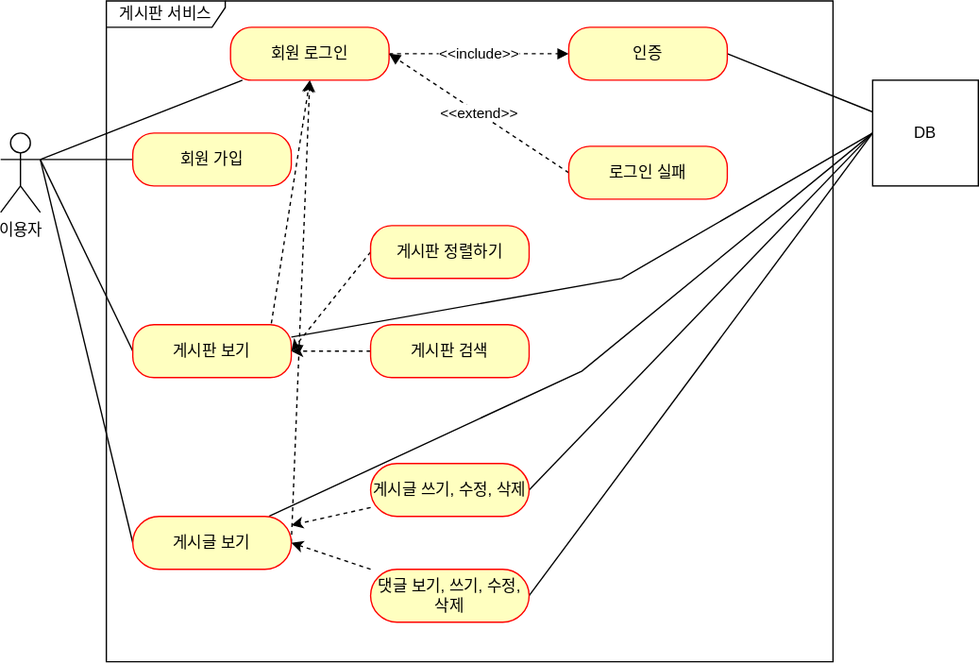
Earlier version of the draw.io export board/document/use-case.svg (zeesouth/board). Source tidied: cells renumbered, new cells last; positions are measured from the earlier drawing's top-left corner, leaving out a move shared by most shapes.
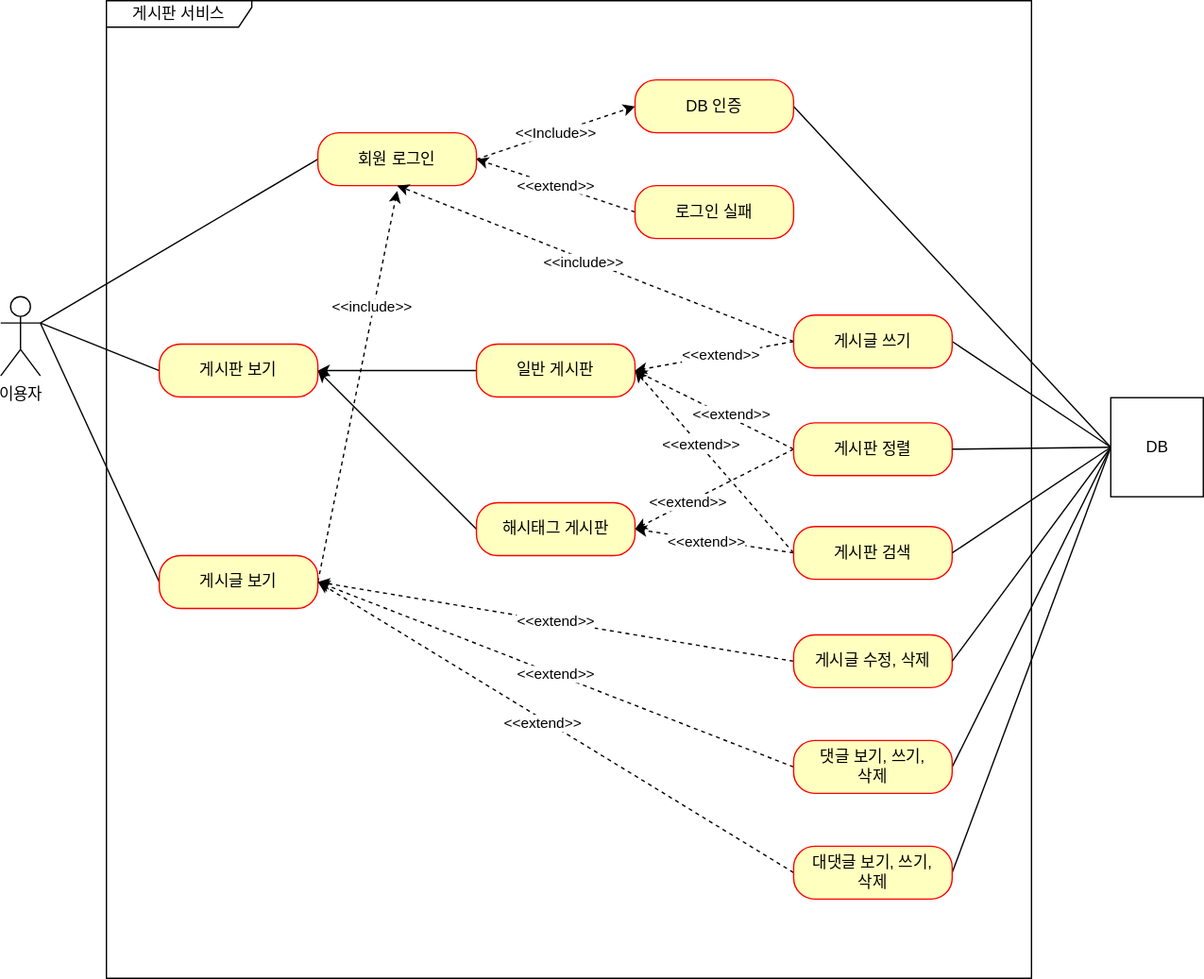
The same diagram one commit later.

Commit message:
#60 - use-case.svg: 현재 서비스 상황에 맞춰 업데이트

What changed in the source:
```diff
@@ -3,106 +3,164 @@
     <mxCell id="0" />
     <mxCell id="1" parent="0" />
     <mxCell id="2" value="이용자" style="shape=umlActor;verticalLabelPosition=bottom;verticalAlign=top;html=1;" parent="1" vertex="1">
-      <mxGeometry y="100" width="30" height="60" as="geometry" />
+      <mxGeometry x="850" y="374" width="30" height="60" as="geometry" />
     </mxCell>
-    <mxCell id="3" value="게시판 서비스" style="shape=umlFrame;whiteSpace=wrap;html=1;width=90;height=20;" parent="1" vertex="1">
-      <mxGeometry x="80" width="550" height="500" as="geometry" />
+    <mxCell id="3" value="게시판 서비스" style="shape=umlFrame;whiteSpace=wrap;html=1;width=110;height=20;" parent="1" vertex="1">
+      <mxGeometry x="930" y="150" width="700" height="740" as="geometry" />
     </mxCell>
-    <mxCell id="4" style="rounded=0;jettySize=auto;html=1;entryX=1;entryY=0.3333333333333333;entryDx=0;entryDy=0;entryPerimeter=0;endArrow=none;endFill=0;" parent="1" edge="1" source="5" target="2">
-      <mxGeometry relative="1" as="geometry" />
-    </mxCell>
-    <mxCell id="5" value="회원 가입" style="rounded=1;whiteSpace=wrap;html=1;arcSize=40;fontColor=#000000;fillColor=#ffffc0;strokeColor=#ff0000;" parent="1" vertex="1">
-      <mxGeometry x="100" y="100" width="120" height="40" as="geometry" />
-    </mxCell>
-    <mxCell id="6" style="rounded=0;jettySize=auto;html=1;endArrow=none;endFill=0;exitX=0;exitY=0.5;exitDx=0;exitDy=0;" parent="1" edge="1" source="9">
-      <mxGeometry relative="1" as="geometry">
-        <mxPoint x="30" y="120" as="targetPoint" />
-      </mxGeometry>
-    </mxCell>
-    <mxCell id="7" style="rounded=0;jettySize=auto;html=1;exitX=0.874;exitY=-0.025;exitDx=0;exitDy=0;dashed=1;exitPerimeter=0;entryX=0.5;entryY=1;entryDx=0;entryDy=0;" parent="1" edge="1" source="9" target="16">
-      <mxGeometry relative="1" as="geometry" />
-    </mxCell>
-    <mxCell id="8" style="rounded=0;jettySize=auto;html=1;entryX=0;entryY=0.5;entryDx=0;entryDy=0;endArrow=none;endFill=0;" parent="1" edge="1" source="9" target="31">
-      <mxGeometry relative="1" as="geometry">
-        <Array as="points">
-          <mxPoint x="470" y="210" />
-        </Array>
-      </mxGeometry>
-    </mxCell>
+    <mxCell id="32" style="rounded=0;jettySize=auto;html=1;exitX=0;exitY=0.5;exitDx=0;exitDy=0;entryX=1;entryY=0.5;entryDx=0;entryDy=0;" parent="1" edge="1" source="33" target="9">
+      <mxGeometry relative="1" as="geometry" />
+    </mxCell>
+    <mxCell id="33" value="일반 게시판" style="rounded=1;whiteSpace=wrap;html=1;arcSize=40;fontColor=#000000;fillColor=#ffffc0;strokeColor=#ff0000;" parent="1" vertex="1">
+      <mxGeometry x="1210" y="410" width="120" height="40" as="geometry" />
+    </mxCell>
+    <mxCell id="34" style="edgeStyle=none;rounded=0;jettySize=auto;html=1;exitX=0;exitY=0.5;exitDx=0;exitDy=0;entryX=1;entryY=0.3333333333333333;entryDx=0;entryDy=0;entryPerimeter=0;endArrow=none;endFill=0;" parent="1" edge="1" source="9" target="2">
+      <mxGeometry relative="1" as="geometry" />
+    </mxCell>
     <mxCell id="9" value="게시판 보기" style="rounded=1;whiteSpace=wrap;html=1;arcSize=40;fontColor=#000000;fillColor=#ffffc0;strokeColor=#ff0000;" parent="1" vertex="1">
-      <mxGeometry x="100" y="245" width="120" height="40" as="geometry" />
+      <mxGeometry x="970" y="410" width="120" height="40" as="geometry" />
     </mxCell>
-    <mxCell id="10" style="rounded=0;jettySize=auto;html=1;endArrow=none;endFill=0;exitX=0;exitY=0.5;exitDx=0;exitDy=0;" parent="1" edge="1" source="13">
-      <mxGeometry relative="1" as="geometry">
-        <mxPoint x="30" y="120" as="targetPoint" />
-      </mxGeometry>
-    </mxCell>
-    <mxCell id="11" style="rounded=0;jettySize=auto;html=1;entryX=0.5;entryY=1;entryDx=0;entryDy=0;exitX=1;exitY=0.5;exitDx=0;exitDy=0;dashed=1;" parent="1" edge="1" source="13" target="16">
-      <mxGeometry relative="1" as="geometry" />
-    </mxCell>
-    <mxCell id="12" style="rounded=0;jettySize=auto;html=1;entryX=0;entryY=0.5;entryDx=0;entryDy=0;endArrow=none;endFill=0;" parent="1" edge="1" source="13" target="31">
-      <mxGeometry relative="1" as="geometry">
-        <Array as="points">
-          <mxPoint x="440" y="280" />
-        </Array>
-      </mxGeometry>
-    </mxCell>
+    <mxCell id="35" style="edgeStyle=none;rounded=0;jettySize=auto;html=1;exitX=0;exitY=0.5;exitDx=0;exitDy=0;endArrow=none;endFill=0;" parent="1" edge="1" source="13">
+      <mxGeometry relative="1" as="geometry">
+        <mxPoint x="880" y="394" as="targetPoint" />
+      </mxGeometry>
+    </mxCell>
+    <mxCell id="36" style="edgeStyle=none;rounded=0;jettySize=auto;html=1;exitX=1;exitY=0.5;exitDx=0;exitDy=0;dashed=1;endArrow=classic;endFill=1;" parent="1" edge="1" source="13">
+      <mxGeometry relative="1" as="geometry">
+        <mxPoint x="1150" y="294" as="targetPoint" />
+      </mxGeometry>
+    </mxCell>
+    <mxCell id="37" value="&amp;lt;&amp;lt;include&amp;gt;&amp;gt;" style="edgeLabel;html=1;align=center;verticalAlign=middle;" parent="36" vertex="1">
+      <mxGeometry x="0.41" y="2" relative="1" as="geometry" />
+    </mxCell>
-    <mxCell id="13" value="게시글 보기" style="rounded=1;whiteSpace=wrap;html=1;arcSize=50;fontColor=#000000;fillColor=#ffffc0;strokeColor=#ff0000;" parent="1" vertex="1">
-      <mxGeometry x="100" y="390" width="120" height="40" as="geometry" />
+    <mxCell id="13" value="게시글 보기" style="rounded=1;whiteSpace=wrap;html=1;arcSize=40;fontColor=#000000;fillColor=#ffffc0;strokeColor=#ff0000;" parent="1" vertex="1">
+      <mxGeometry x="970" y="570" width="120" height="40" as="geometry" />
     </mxCell>
-    <mxCell id="14" style="rounded=0;jettySize=auto;html=1;entryX=1;entryY=0.3333333333333333;entryDx=0;entryDy=0;entryPerimeter=0;endArrow=none;endFill=0;" parent="1" edge="1" source="16" target="2">
-      <mxGeometry relative="1" as="geometry" />
-    </mxCell>
-    <mxCell id="15" value="&amp;lt;&amp;lt;include&amp;gt;&amp;gt;" style="edgeStyle=orthogonalEdgeStyle;rounded=0;jettySize=auto;html=1;endArrow=block;endFill=1;dashed=1;" parent="1" edge="1" source="16" target="18">
-      <mxGeometry relative="1" as="geometry" />
-    </mxCell>
+    <mxCell id="38" style="edgeStyle=none;rounded=0;jettySize=auto;html=1;exitX=0;exitY=0.5;exitDx=0;exitDy=0;endArrow=none;endFill=0;" parent="1" edge="1" source="16">
+      <mxGeometry relative="1" as="geometry">
+        <mxPoint x="880" y="394" as="targetPoint" />
+      </mxGeometry>
+    </mxCell>
+    <mxCell id="39" value="&amp;lt;&amp;lt;Include&amp;gt;&amp;gt;" style="rounded=0;jettySize=auto;html=1;exitX=1;exitY=0.5;exitDx=0;exitDy=0;entryX=0;entryY=0.5;entryDx=0;entryDy=0;dashed=1;" parent="1" edge="1" source="16" target="41">
+      <mxGeometry relative="1" as="geometry" />
+    </mxCell>
     <mxCell id="16" value="회원 로그인" style="rounded=1;whiteSpace=wrap;html=1;arcSize=40;fontColor=#000000;fillColor=#ffffc0;strokeColor=#ff0000;" parent="1" vertex="1">
-      <mxGeometry x="174" y="20" width="120" height="40" as="geometry" />
+      <mxGeometry x="1090" y="250" width="120" height="40" as="geometry" />
     </mxCell>
-    <mxCell id="17" style="rounded=0;jettySize=auto;html=1;exitX=1;exitY=0.5;exitDx=0;exitDy=0;endArrow=none;endFill=0;" parent="1" edge="1" source="18" target="31">
-      <mxGeometry relative="1" as="geometry" />
-    </mxCell>
-    <mxCell id="18" value="인증" style="rounded=1;whiteSpace=wrap;html=1;arcSize=40;fontColor=#000000;fillColor=#ffffc0;strokeColor=#ff0000;" parent="1" vertex="1">
-      <mxGeometry x="430" y="20" width="120" height="40" as="geometry" />
-    </mxCell>
+    <mxCell id="40" style="edgeStyle=none;rounded=0;jettySize=auto;html=1;exitX=1;exitY=0.5;exitDx=0;exitDy=0;entryX=0;entryY=0.5;entryDx=0;entryDy=0;endArrow=none;endFill=0;" parent="1" edge="1" source="41" target="31">
+      <mxGeometry relative="1" as="geometry" />
+    </mxCell>
+    <mxCell id="41" value="DB 인증" style="rounded=1;whiteSpace=wrap;html=1;arcSize=40;fontColor=#000000;fillColor=#ffffc0;strokeColor=#ff0000;" parent="1" vertex="1">
+      <mxGeometry x="1330" y="210" width="120" height="40" as="geometry" />
+    </mxCell>
-    <mxCell id="19" value="&amp;lt;&amp;lt;extend&amp;gt;&amp;gt;" style="rounded=0;jettySize=auto;html=1;entryX=1;entryY=0.5;entryDx=0;entryDy=0;exitX=0;exitY=0.5;exitDx=0;exitDy=0;endArrow=block;endFill=1;dashed=1;startArrow=none;startFill=0;" parent="1" edge="1" source="20" target="16">
+    <mxCell id="19" value="&amp;lt;&amp;lt;extend&amp;gt;&amp;gt;" style="edgeStyle=none;rounded=0;jettySize=auto;html=1;exitX=0;exitY=0.5;exitDx=0;exitDy=0;entryX=1;entryY=0.5;entryDx=0;entryDy=0;endArrow=classic;endFill=1;dashed=1;" parent="1" edge="1" source="20" target="16">
       <mxGeometry relative="1" as="geometry" />
     </mxCell>
     <mxCell id="20" value="로그인 실패" style="rounded=1;whiteSpace=wrap;html=1;arcSize=40;fontColor=#000000;fillColor=#ffffc0;strokeColor=#ff0000;" parent="1" vertex="1">
-      <mxGeometry x="430" y="110" width="120" height="40" as="geometry" />
+      <mxGeometry x="1330" y="290" width="120" height="40" as="geometry" />
     </mxCell>
-    <mxCell id="21" style="rounded=0;jettySize=auto;html=1;entryX=1;entryY=0.5;entryDx=0;entryDy=0;dashed=1;exitX=0;exitY=0.5;exitDx=0;exitDy=0;" parent="1" edge="1" source="22" target="9">
-      <mxGeometry relative="1" as="geometry" />
-    </mxCell>
-    <mxCell id="22" value="게시판 정렬하기" style="rounded=1;whiteSpace=wrap;html=1;arcSize=40;fontColor=#000000;fillColor=#ffffc0;strokeColor=#ff0000;" parent="1" vertex="1">
-      <mxGeometry x="280" y="170" width="120" height="40" as="geometry" />
-    </mxCell>
-    <mxCell id="23" style="rounded=0;jettySize=auto;html=1;entryX=1;entryY=0.5;entryDx=0;entryDy=0;dashed=1;" parent="1" edge="1" source="24" target="9">
-      <mxGeometry relative="1" as="geometry" />
-    </mxCell>
+    <mxCell id="42" style="edgeStyle=none;rounded=0;jettySize=auto;html=1;exitX=0;exitY=0.5;exitDx=0;exitDy=0;entryX=1;entryY=0.5;entryDx=0;entryDy=0;dashed=1;endArrow=classic;endFill=1;" parent="1" edge="1" source="46" target="33">
+      <mxGeometry relative="1" as="geometry" />
+    </mxCell>
+    <mxCell id="43" value="&amp;lt;&amp;lt;extend&amp;gt;&amp;gt;" style="edgeLabel;html=1;align=center;verticalAlign=middle;" parent="42" vertex="1">
+      <mxGeometry x="-0.18" y="-3" relative="1" as="geometry" />
+    </mxCell>
+    <mxCell id="44" style="edgeStyle=none;rounded=0;jettySize=auto;html=1;exitX=0;exitY=0.5;exitDx=0;exitDy=0;entryX=1;entryY=0.5;entryDx=0;entryDy=0;dashed=1;" parent="1" edge="1" source="46" target="62">
+      <mxGeometry relative="1" as="geometry" />
+    </mxCell>
+    <mxCell id="45" value="&amp;lt;&amp;lt;extend&amp;gt;&amp;gt;" style="edgeLabel;html=1;align=center;verticalAlign=middle;" parent="44" vertex="1">
+      <mxGeometry x="0.33" relative="1" as="geometry">
+        <mxPoint x="-1" as="offset" />
+      </mxGeometry>
+    </mxCell>
+    <mxCell id="46" value="게시판 정렬" style="rounded=1;whiteSpace=wrap;html=1;arcSize=40;fontColor=#000000;fillColor=#ffffc0;strokeColor=#ff0000;" parent="1" vertex="1">
+      <mxGeometry x="1450" y="469.5" width="120" height="40" as="geometry" />
+    </mxCell>
+    <mxCell id="47" style="edgeStyle=none;rounded=0;jettySize=auto;html=1;exitX=0;exitY=0.5;exitDx=0;exitDy=0;dashed=1;endArrow=classic;endFill=1;entryX=1;entryY=0.5;entryDx=0;entryDy=0;" parent="1" edge="1" source="24" target="33">
+      <mxGeometry relative="1" as="geometry" />
+    </mxCell>
+    <mxCell id="48" value="&amp;lt;&amp;lt;extend&amp;gt;&amp;gt;" style="edgeLabel;html=1;align=center;verticalAlign=middle;" parent="47" vertex="1">
+      <mxGeometry x="0.18" y="-1" relative="1" as="geometry" />
+    </mxCell>
+    <mxCell id="49" style="edgeStyle=none;rounded=0;jettySize=auto;html=1;exitX=0;exitY=0.5;exitDx=0;exitDy=0;entryX=1;entryY=0.5;entryDx=0;entryDy=0;dashed=1;" parent="1" edge="1" source="24" target="62">
+      <mxGeometry relative="1" as="geometry" />
+    </mxCell>
+    <mxCell id="50" value="&amp;lt;&amp;lt;extend&amp;gt;&amp;gt;" style="edgeLabel;html=1;align=center;verticalAlign=middle;" parent="49" vertex="1">
+      <mxGeometry x="0.11" y="2" relative="1" as="geometry">
+        <mxPoint x="1" as="offset" />
+      </mxGeometry>
+    </mxCell>
     <mxCell id="24" value="게시판 검색" style="rounded=1;whiteSpace=wrap;html=1;arcSize=40;fontColor=#000000;fillColor=#ffffc0;strokeColor=#ff0000;" parent="1" vertex="1">
-      <mxGeometry x="280" y="245" width="120" height="40" as="geometry" />
+      <mxGeometry x="1450" y="548" width="120" height="40" as="geometry" />
     </mxCell>
-    <mxCell id="25" style="rounded=0;jettySize=auto;html=1;dashed=1;" parent="1" edge="1" source="27" target="13">
-      <mxGeometry relative="1" as="geometry" />
-    </mxCell>
-    <mxCell id="26" style="rounded=0;jettySize=auto;html=1;entryX=0;entryY=0.5;entryDx=0;entryDy=0;exitX=1;exitY=0.5;exitDx=0;exitDy=0;endArrow=none;endFill=0;" parent="1" edge="1" source="27" target="31">
-      <mxGeometry relative="1" as="geometry" />
-    </mxCell>
-    <mxCell id="27" value="게시글 쓰기, 수정, 삭제" style="rounded=1;whiteSpace=wrap;html=1;arcSize=50;fontColor=#000000;fillColor=#ffffc0;strokeColor=#ff0000;" parent="1" vertex="1">
-      <mxGeometry x="280" y="350" width="120" height="40" as="geometry" />
-    </mxCell>
-    <mxCell id="28" style="rounded=0;jettySize=auto;html=1;entryX=1;entryY=0.5;entryDx=0;entryDy=0;dashed=1;" parent="1" edge="1" source="30" target="13">
-      <mxGeometry relative="1" as="geometry" />
-    </mxCell>
-    <mxCell id="29" style="rounded=0;jettySize=auto;html=1;entryX=0;entryY=0.5;entryDx=0;entryDy=0;exitX=1;exitY=0.5;exitDx=0;exitDy=0;endArrow=none;endFill=0;" parent="1" edge="1" source="30" target="31">
-      <mxGeometry relative="1" as="geometry" />
-    </mxCell>
-    <mxCell id="30" value="댓글 보기, 쓰기, 수정, 삭제" style="rounded=1;whiteSpace=wrap;html=1;arcSize=50;fontColor=#000000;fillColor=#ffffc0;strokeColor=#ff0000;" parent="1" vertex="1">
-      <mxGeometry x="280" y="430" width="120" height="40" as="geometry" />
-    </mxCell>
+    <mxCell id="51" value="&amp;lt;&amp;lt;extend&amp;gt;&amp;gt;" style="edgeStyle=none;rounded=0;jettySize=auto;html=1;exitX=0;exitY=0.5;exitDx=0;exitDy=0;entryX=1;entryY=0.5;entryDx=0;entryDy=0;dashed=1;endArrow=classic;endFill=1;" parent="1" edge="1" source="52" target="13">
+      <mxGeometry relative="1" as="geometry" />
+    </mxCell>
+    <mxCell id="52" value="게시글 수정, 삭제" style="rounded=1;whiteSpace=wrap;html=1;arcSize=40;fontColor=#000000;fillColor=#ffffc0;strokeColor=#ff0000;" parent="1" vertex="1">
+      <mxGeometry x="1450" y="630" width="120" height="40" as="geometry" />
+    </mxCell>
+    <mxCell id="53" style="edgeStyle=none;rounded=0;jettySize=auto;html=1;exitX=0;exitY=0.5;exitDx=0;exitDy=0;dashed=1;endArrow=classic;endFill=1;entryX=1;entryY=0.5;entryDx=0;entryDy=0;" parent="1" edge="1" source="56" target="13">
+      <mxGeometry relative="1" as="geometry" />
+    </mxCell>
+    <mxCell id="54" value="&amp;lt;&amp;lt;extend&amp;gt;&amp;gt;" style="edgeLabel;html=1;align=center;verticalAlign=middle;" parent="53" vertex="1">
+      <mxGeometry x="0.01" relative="1" as="geometry" />
+    </mxCell>
+    <mxCell id="55" style="edgeStyle=none;rounded=0;jettySize=auto;html=1;exitX=1;exitY=0.5;exitDx=0;exitDy=0;endArrow=none;endFill=0;entryX=0;entryY=0.5;entryDx=0;entryDy=0;" parent="1" edge="1" source="56" target="31">
+      <mxGeometry relative="1" as="geometry" />
+    </mxCell>
+    <mxCell id="56" value="댓글 보기, 쓰기,&lt;br&gt;삭제" style="rounded=1;whiteSpace=wrap;html=1;arcSize=40;fontColor=#000000;fillColor=#ffffc0;strokeColor=#ff0000;" parent="1" vertex="1">
+      <mxGeometry x="1450" y="710" width="120" height="40" as="geometry" />
+    </mxCell>
+    <mxCell id="57" style="edgeStyle=none;rounded=0;jettySize=auto;html=1;exitX=0;exitY=0.5;exitDx=0;exitDy=0;entryX=1;entryY=0.5;entryDx=0;entryDy=0;endArrow=none;endFill=0;" parent="1" edge="1" source="31" target="52">
+      <mxGeometry relative="1" as="geometry" />
+    </mxCell>
+    <mxCell id="58" style="edgeStyle=none;rounded=0;jettySize=auto;html=1;exitX=0;exitY=0.5;exitDx=0;exitDy=0;entryX=1;entryY=0.5;entryDx=0;entryDy=0;endArrow=none;endFill=0;" parent="1" edge="1" source="31" target="24">
+      <mxGeometry relative="1" as="geometry" />
+    </mxCell>
+    <mxCell id="59" style="edgeStyle=none;rounded=0;jettySize=auto;html=1;exitX=0;exitY=0.5;exitDx=0;exitDy=0;entryX=1;entryY=0.5;entryDx=0;entryDy=0;endArrow=none;endFill=0;" parent="1" edge="1" source="31" target="46">
+      <mxGeometry relative="1" as="geometry" />
+    </mxCell>
+    <mxCell id="60" style="edgeStyle=none;rounded=0;jettySize=auto;html=1;exitX=0;exitY=0.5;exitDx=0;exitDy=0;entryX=1;entryY=0.5;entryDx=0;entryDy=0;endArrow=none;endFill=0;" parent="1" edge="1" source="31" target="68">
+      <mxGeometry relative="1" as="geometry" />
+    </mxCell>
-    <mxCell id="31" value="DB" style="whiteSpace=wrap;html=1;" parent="1" vertex="1">
-      <mxGeometry x="660" y="60" width="80" height="80" as="geometry" />
+    <mxCell id="31" value="DB" style="html=1;" parent="1" vertex="1">
+      <mxGeometry x="1690" y="450.5" width="70" height="75" as="geometry" />
     </mxCell>
+    <mxCell id="61" style="jettySize=auto;html=1;exitX=0;exitY=0.5;exitDx=0;exitDy=0;entryX=1;entryY=0.5;entryDx=0;entryDy=0;rounded=0;" parent="1" edge="1" source="62" target="9">
+      <mxGeometry relative="1" as="geometry" />
+    </mxCell>
+    <mxCell id="62" value="해시태그 게시판" style="rounded=1;whiteSpace=wrap;html=1;arcSize=40;fontColor=#000000;fillColor=#ffffc0;strokeColor=#ff0000;" parent="1" vertex="1">
+      <mxGeometry x="1210" y="530" width="120" height="40" as="geometry" />
+    </mxCell>
+    <mxCell id="63" style="edgeStyle=none;rounded=0;orthogonalLoop=1;jettySize=auto;html=1;exitX=0;exitY=0.5;exitDx=0;exitDy=0;" parent="1" edge="1" source="24" target="24">
+      <mxGeometry relative="1" as="geometry" />
+    </mxCell>
+    <mxCell id="64" style="edgeStyle=none;rounded=0;jettySize=auto;html=1;exitX=0;exitY=0.5;exitDx=0;exitDy=0;entryX=1;entryY=0.5;entryDx=0;entryDy=0;dashed=1;" parent="1" edge="1" source="68" target="33">
+      <mxGeometry relative="1" as="geometry" />
+    </mxCell>
+    <mxCell id="65" value="&amp;lt;&amp;lt;extend&amp;gt;&amp;gt;" style="edgeLabel;html=1;align=center;verticalAlign=middle;" parent="64" vertex="1">
+      <mxGeometry x="-0.09" y="-1" relative="1" as="geometry" />
+    </mxCell>
+    <mxCell id="66" style="edgeStyle=none;rounded=0;jettySize=auto;html=1;exitX=0;exitY=0.5;exitDx=0;exitDy=0;entryX=0.5;entryY=1;entryDx=0;entryDy=0;endArrow=classic;endFill=1;dashed=1;" parent="1" edge="1" source="68" target="16">
+      <mxGeometry relative="1" as="geometry" />
+    </mxCell>
+    <mxCell id="67" value="&amp;lt;&amp;lt;include&amp;gt;&amp;gt;" style="edgeLabel;html=1;align=center;verticalAlign=middle;" parent="66" vertex="1">
+      <mxGeometry x="0.06" y="2" relative="1" as="geometry" />
+    </mxCell>
+    <mxCell id="68" value="게시글 쓰기" style="rounded=1;whiteSpace=wrap;html=1;arcSize=40;fontColor=#000000;fillColor=#ffffc0;strokeColor=#ff0000;" parent="1" vertex="1">
+      <mxGeometry x="1450" y="388" width="120" height="40" as="geometry" />
+    </mxCell>
+    <mxCell id="69" style="edgeStyle=none;rounded=0;jettySize=auto;html=1;exitX=0;exitY=0.5;exitDx=0;exitDy=0;entryX=1;entryY=0.5;entryDx=0;entryDy=0;endArrow=classic;endFill=1;dashed=1;" parent="1" edge="1" source="72" target="13">
+      <mxGeometry relative="1" as="geometry" />
+    </mxCell>
+    <mxCell id="70" value="&amp;lt;&amp;lt;extend&amp;gt;&amp;gt;" style="edgeLabel;html=1;align=center;verticalAlign=middle;" parent="69" vertex="1">
+      <mxGeometry x="0.05" y="3" relative="1" as="geometry" />
+    </mxCell>
+    <mxCell id="71" style="edgeStyle=none;rounded=0;jettySize=auto;html=1;exitX=1;exitY=0.5;exitDx=0;exitDy=0;entryX=0;entryY=0.5;entryDx=0;entryDy=0;endArrow=none;endFill=0;" parent="1" edge="1" source="72" target="31">
+      <mxGeometry relative="1" as="geometry" />
+    </mxCell>
+    <mxCell id="72" value="대댓글 보기, 쓰기,&lt;br&gt;삭제" style="rounded=1;whiteSpace=wrap;html=1;arcSize=40;fontColor=#000000;fillColor=#ffffc0;strokeColor=#ff0000;" parent="1" vertex="1">
+      <mxGeometry x="1450" y="790" width="120" height="40" as="geometry" />
+    </mxCell>
   </root>
 </mxGraphModel>
```
